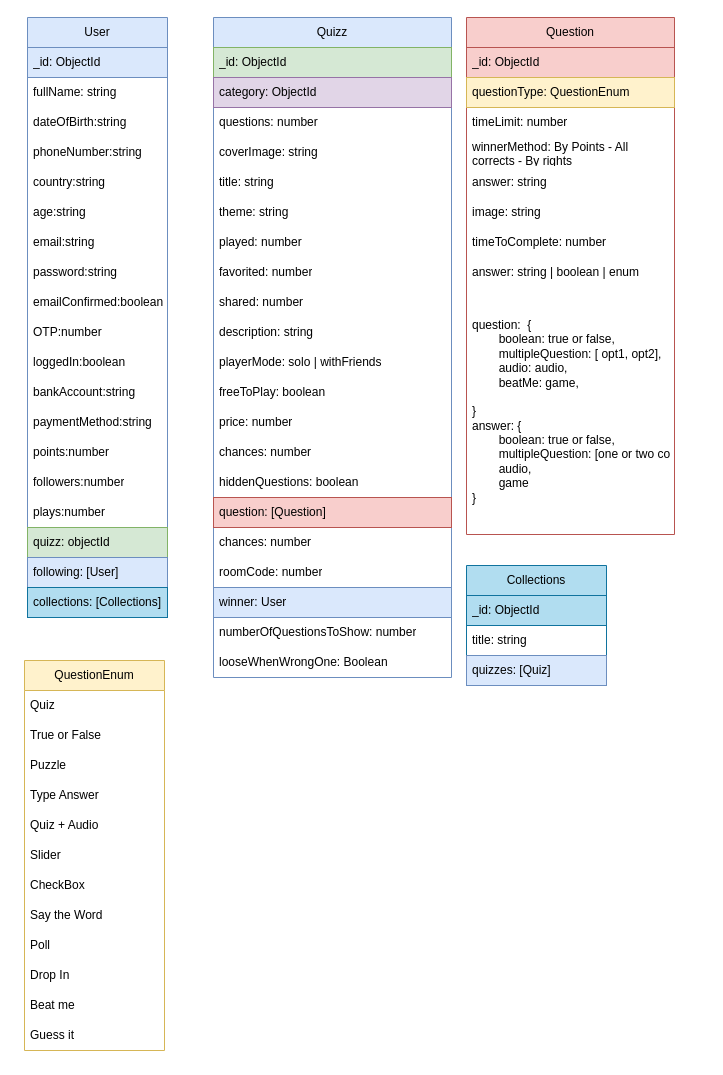
Above: flow.drawio in RenanMomesso/react-native-coure-youtube (draw.io), before the change. Source tidied: cells renumbered, new cells numbered last; positions are measured from the earlier drawing's top-left corner, leaving out a move shared by most shapes. Both pictures are drawn from the tidied source at 100%, with x=0, y=0 at pixel (24, 17).
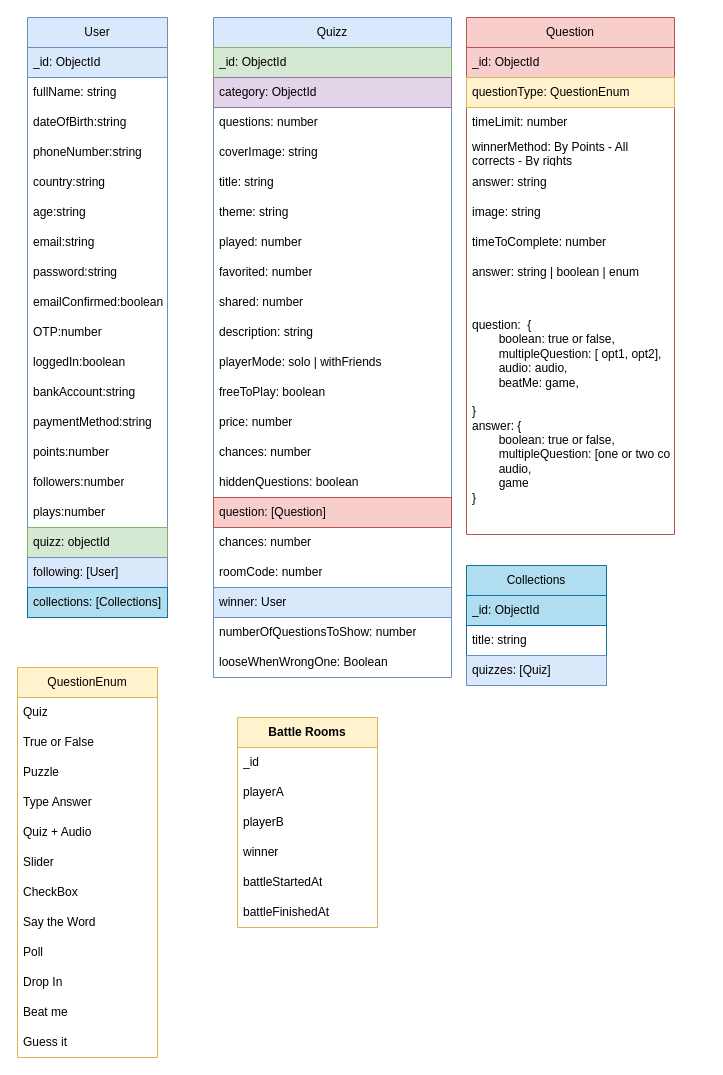
Above is the later version.

Change to the diagram source:
```diff
@@
     <mxCell id="54" value="QuestionEnum" style="swimlane;fontStyle=0;horizontal=1;startSize=30;whiteSpace=wrap;html=1;fillColor=#fff2cc;strokeColor=#d6b656;" parent="1" vertex="1">
-      <mxGeometry y="643" width="140" height="390" as="geometry" />
+      <mxGeometry x="-7" y="650" width="140" height="390" as="geometry" />
     </mxCell>
@@
+    <mxCell id="71" value="&lt;b&gt;&lt;font color=&quot;#000000&quot;&gt;Battle Rooms&lt;/font&gt;&lt;/b&gt;" style="swimlane;fontStyle=0;horizontal=1;startSize=30;whiteSpace=wrap;html=1;fillColor=#fff2cc;strokeColor=#d6b656;" parent="1" vertex="1">
+      <mxGeometry x="213" y="700" width="140" height="210" as="geometry" />
+    </mxCell>
+    <mxCell id="72" value="_id" style="text;strokeColor=none;fillColor=none;align=left;verticalAlign=middle;spacingLeft=4;spacingRight=4;overflow=hidden;whiteSpace=wrap;html=1;" parent="71" vertex="1">
+      <mxGeometry y="30" width="140" height="30" as="geometry" />
+    </mxCell>
+    <mxCell id="73" value="playerA" style="text;strokeColor=none;fillColor=none;align=left;verticalAlign=middle;spacingLeft=4;spacingRight=4;overflow=hidden;whiteSpace=wrap;html=1;" parent="71" vertex="1">
+      <mxGeometry y="60" width="140" height="30" as="geometry" />
+    </mxCell>
+    <mxCell id="74" value="playerB" style="text;strokeColor=none;fillColor=none;align=left;verticalAlign=middle;spacingLeft=4;spacingRight=4;overflow=hidden;whiteSpace=wrap;html=1;" parent="71" vertex="1">
+      <mxGeometry y="90" width="140" height="30" as="geometry" />
+    </mxCell>
+    <mxCell id="75" value="winner" style="text;strokeColor=none;fillColor=none;align=left;verticalAlign=middle;spacingLeft=4;spacingRight=4;overflow=hidden;whiteSpace=wrap;html=1;" parent="71" vertex="1">
+      <mxGeometry y="120" width="140" height="30" as="geometry" />
+    </mxCell>
+    <mxCell id="76" value="battleStartedAt" style="text;strokeColor=none;fillColor=none;align=left;verticalAlign=middle;spacingLeft=4;spacingRight=4;overflow=hidden;whiteSpace=wrap;html=1;" parent="71" vertex="1">
+      <mxGeometry y="150" width="140" height="30" as="geometry" />
+    </mxCell>
+    <mxCell id="77" value="battleFinishedAt" style="text;strokeColor=none;fillColor=none;align=left;verticalAlign=middle;spacingLeft=4;spacingRight=4;overflow=hidden;whiteSpace=wrap;html=1;" parent="71" vertex="1">
+      <mxGeometry y="180" width="140" height="30" as="geometry" />
+    </mxCell>
```
